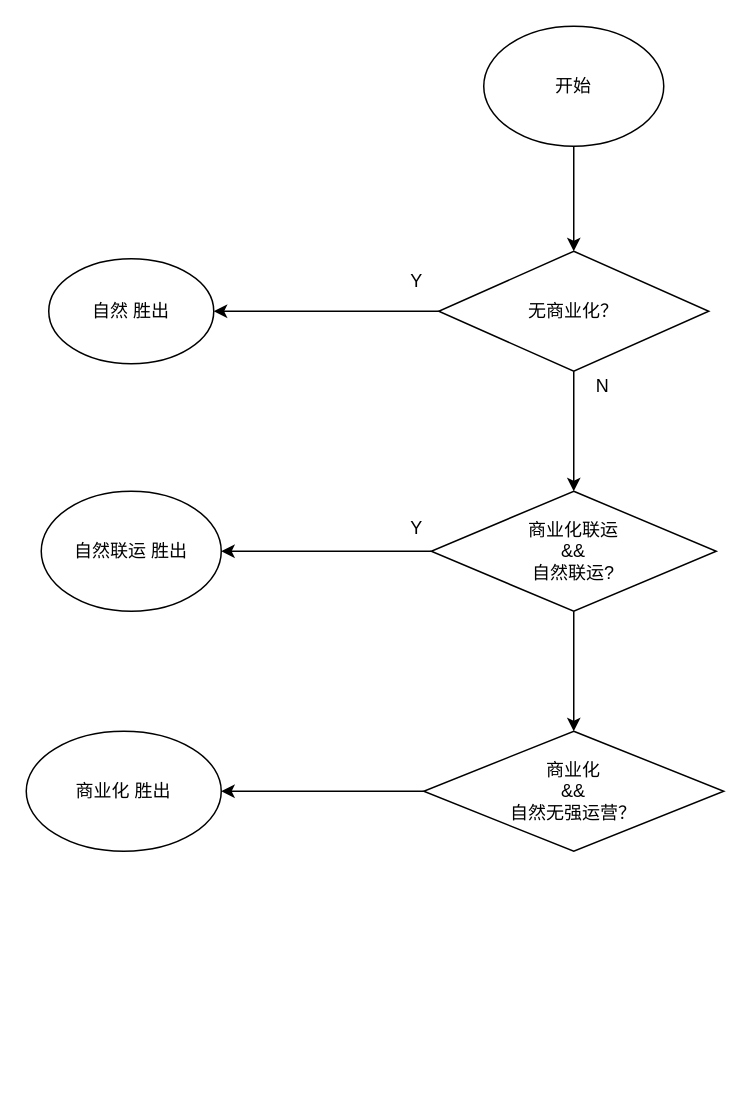
Above: 精准资源比价.drawio in ETHAN0430/draw.io.repo (draw.io), before the change. Source tidied: cells renumbered, new cells numbered last; positions are measured from the earlier drawing's top-left corner, leaving out a move shared by most shapes. Both pictures are drawn from the tidied source at 150%, with x=0, y=0 at pixel (26, 26).
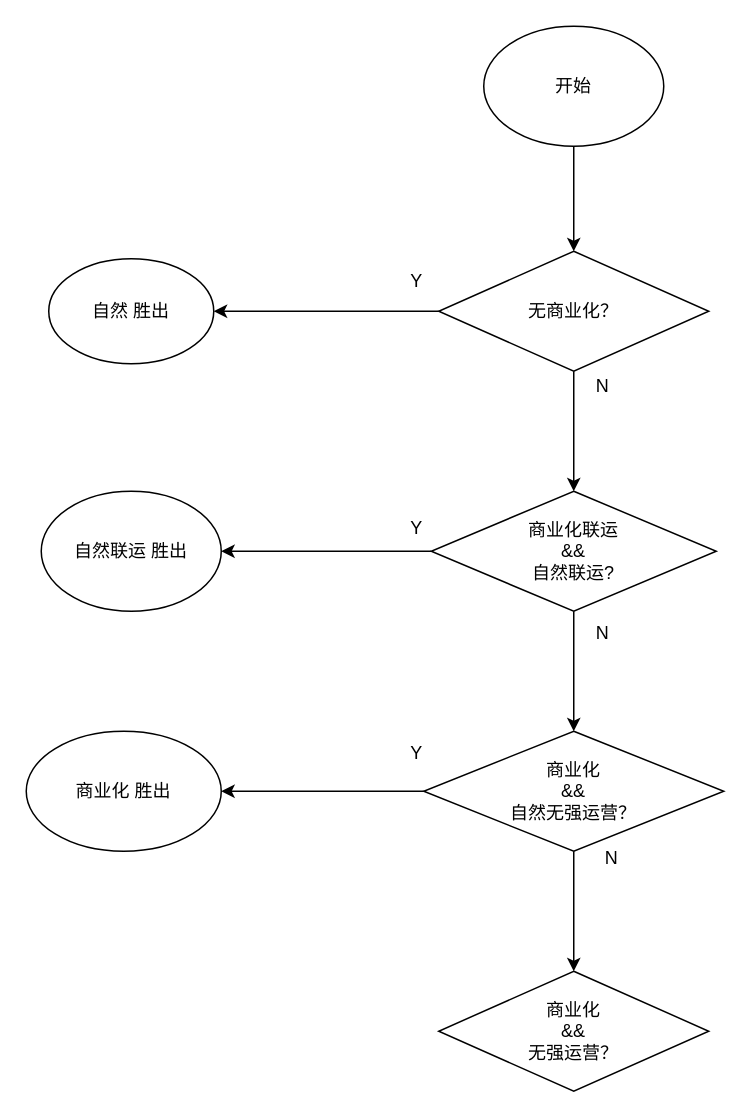
The same page after the edit.

Commit message (it also covers changes not shown here):
更新精准资源比价.drawio

Unchanged cells that the change refers to:
```xml
<mxCell id="16" value="商业化&lt;br&gt;&amp;amp;&amp;amp;&lt;br&gt;自然无强运营？" style="rhombus;whiteSpace=wrap;html=1;" parent="1" vertex="1">
  <mxGeometry x="265" y="470" width="200" height="80" as="geometry" />
</mxCell>
```

Diff of the diagram source:
```diff
@@
+    <mxCell id="18" style="edgeStyle=orthogonalEdgeStyle;rounded=0;jettySize=auto;html=1;" parent="1" edge="1" source="16" target="22">
+      <mxGeometry relative="1" as="geometry" />
+    </mxCell>
@@
+    <mxCell id="19" value="Y" style="text;html=1;align=center;verticalAlign=middle;strokeColor=none;fillColor=none;" parent="1" vertex="1">
+      <mxGeometry x="245" y="470" width="30" height="30" as="geometry" />
+    </mxCell>
+    <mxCell id="20" value="N" style="text;html=1;align=center;verticalAlign=middle;strokeColor=none;fillColor=none;" parent="1" vertex="1">
+      <mxGeometry x="369" y="390" width="30" height="30" as="geometry" />
+    </mxCell>
+    <mxCell id="21" value="N" style="text;html=1;align=center;verticalAlign=middle;strokeColor=none;fillColor=none;" parent="1" vertex="1">
+      <mxGeometry x="375" y="540" width="30" height="30" as="geometry" />
+    </mxCell>
+    <mxCell id="22" value="商业化&lt;br&gt;&amp;amp;&amp;amp;&lt;br&gt;无强运营？" style="rhombus;whiteSpace=wrap;html=1;" parent="1" vertex="1">
+      <mxGeometry x="275" y="630" width="180" height="80" as="geometry" />
+    </mxCell>
```
